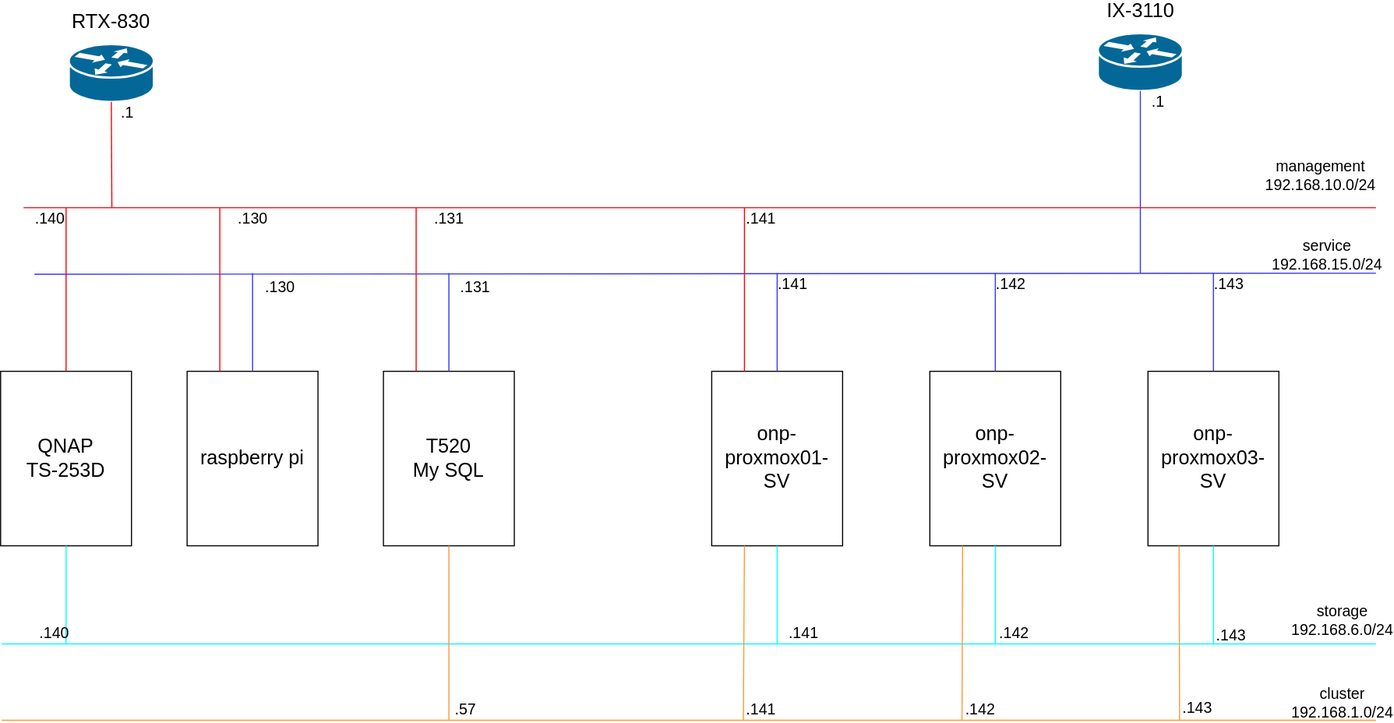
Earlier version of the draw.io export maronhome in kubernetes Cloud.svg (maron-gt123/k8s-setup-for-proxmox). Source tidied: cells renumbered, new cells last; positions are measured from the earlier drawing's top-left corner, leaving out a move shared by most shapes.
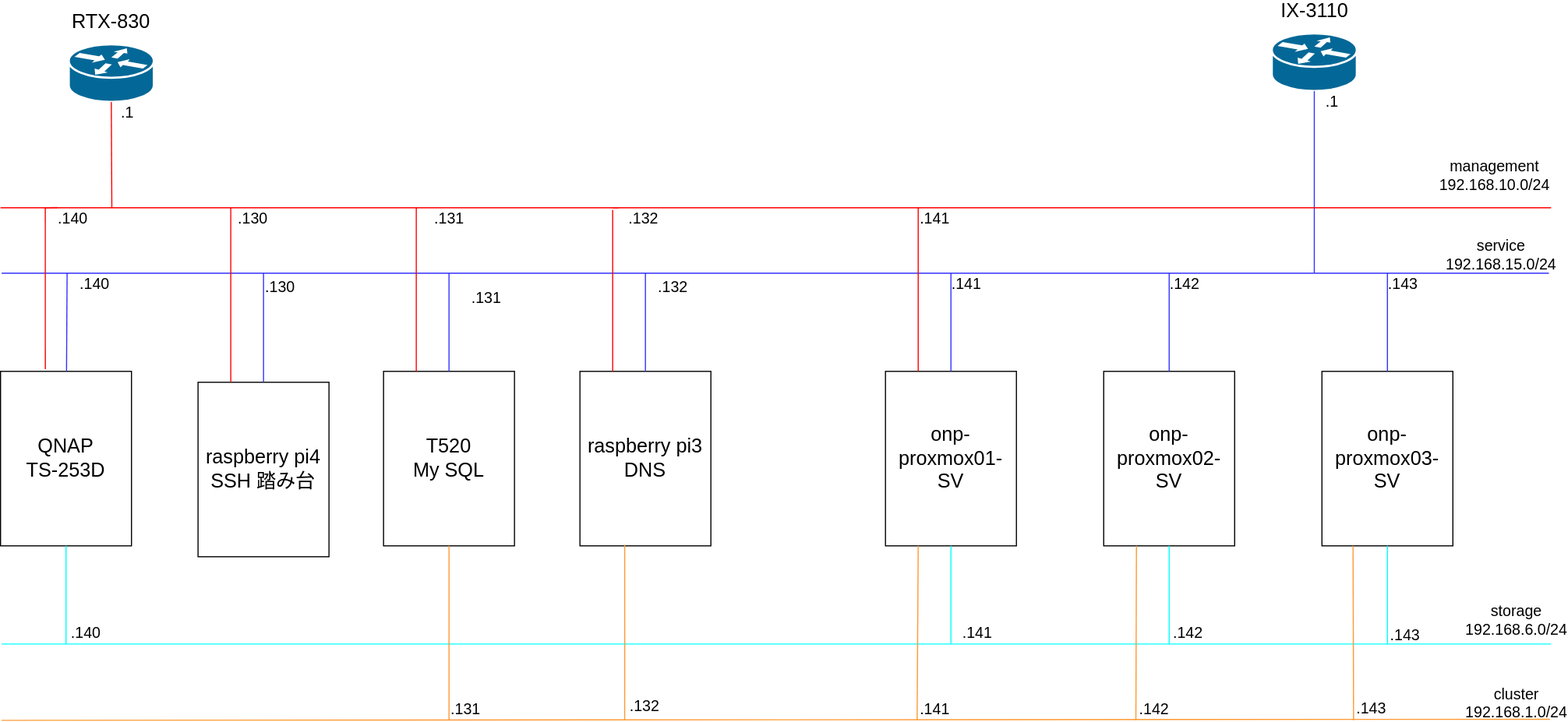
Above is the later version.

What changed in the source:
```diff
@@ -3,14 +3,14 @@
     <mxCell id="0" />
     <mxCell id="1" parent="0" />
     <mxCell id="2" style="shape=mxgraph.cisco.routers.router;html=1;dashed=0;fillColor=#036897;strokeColor=#ffffff;strokeWidth=2;verticalLabelPosition=bottom;verticalAlign=top;align=center;outlineConnect=0;" parent="1" vertex="1">
-      <mxGeometry x="62.5" y="40" width="78" height="53" as="geometry" />
+      <mxGeometry x="-96.5" y="40" width="78" height="53" as="geometry" />
     </mxCell>
     <mxCell id="3" style="shape=mxgraph.cisco.routers.router;html=1;dashed=0;fillColor=#036897;strokeColor=#ffffff;strokeWidth=2;verticalLabelPosition=bottom;verticalAlign=top;align=center;outlineConnect=0;" parent="1" vertex="1">
       <mxGeometry x="1006" y="30" width="78" height="53" as="geometry" />
     </mxCell>
     <mxCell id="4" style="endArrow=none;html=1;exitX=0.5;exitY=1;exitDx=0;exitDy=0;exitPerimeter=0;strokeColor=#FF0000;" parent="1" edge="1" source="2">
       <mxGeometry relative="1" as="geometry">
-        <mxPoint x="102" y="190" as="targetPoint" />
+        <mxPoint x="-57" y="190" as="targetPoint" />
       </mxGeometry>
     </mxCell>
     <mxCell id="5" style="endArrow=none;html=1;exitX=0.5;exitY=1;exitDx=0;exitDy=0;exitPerimeter=0;strokeColor=#3333FF;" parent="1" edge="1" source="3">
@@ -19,21 +19,20 @@
       </mxGeometry>
     </mxCell>
     <mxCell id="6" value="&lt;font style=&quot;font-size: 18px&quot;&gt;RTX-830&lt;/font&gt;" style="text;html=1;strokeColor=none;fillColor=none;align=center;verticalAlign=middle;whiteSpace=wrap;rounded=0;" parent="1" vertex="1">
-      <mxGeometry x="56" y="10" width="91" height="20" as="geometry" />
+      <mxGeometry x="-103" y="10" width="91" height="20" as="geometry" />
     </mxCell>
     <mxCell id="7" value="&lt;span style=&quot;font-size: 18px&quot;&gt;IX-3110&lt;/span&gt;" style="text;html=1;strokeColor=none;fillColor=none;align=center;verticalAlign=middle;whiteSpace=wrap;rounded=0;" parent="1" vertex="1">
       <mxGeometry x="999.5" width="91" height="20" as="geometry" />
     </mxCell>
-    <mxCell id="8" style="endArrow=none;html=1;strokeColor=#FF0000;" parent="1" edge="1">
+    <mxCell id="8" style="endArrow=none;html=1;strokeColor=#FF0000;exitX=0;exitY=0;exitDx=0;exitDy=0;" parent="1" edge="1">
       <mxGeometry relative="1" as="geometry">
-        <mxPoint x="21" y="190" as="sourcePoint" />
-        <mxPoint x="1261" y="190" as="targetPoint" />
+        <mxPoint x="-159" y="190" as="sourcePoint" />
+        <mxPoint x="1262" y="190" as="targetPoint" />
       </mxGeometry>
     </mxCell>
-    <mxCell id="9" style="endArrow=none;html=1;strokeColor=#3333FF;" parent="1" edge="1">
+    <mxCell id="9" style="endArrow=none;html=1;strokeColor=#3333FF;entryX=0.978;entryY=1.35;entryDx=0;entryDy=0;entryPerimeter=0;" parent="1" edge="1" target="14">
       <mxGeometry relative="1" as="geometry">
-        <mxPoint x="31" y="251" as="sourcePoint" />
-        <mxPoint x="1261" y="250" as="targetPoint" />
+        <mxPoint x="-158" y="250" as="sourcePoint" />
       </mxGeometry>
     </mxCell>
     <mxCell id="10" value="&lt;font style=&quot;font-size: 18px&quot;&gt;onp-proxmox01-SV&lt;/font&gt;" style="rounded=0;whiteSpace=wrap;html=1;" parent="1" vertex="1">
@@ -71,8 +70,8 @@
     </mxCell>
     <mxCell id="19" style="endArrow=none;html=1;strokeColor=#00FFFF;" parent="1" edge="1">
       <mxGeometry relative="1" as="geometry">
-        <mxPoint x="1" y="590" as="sourcePoint" />
-        <mxPoint x="1261" y="590" as="targetPoint" />
+        <mxPoint x="-158" y="590" as="sourcePoint" />
+        <mxPoint x="1262" y="590" as="targetPoint" />
       </mxGeometry>
     </mxCell>
     <mxCell id="20" style="endArrow=none;html=1;strokeColor=#00FFFF;exitX=0.5;exitY=1;exitDx=0;exitDy=0;" parent="1" edge="1" source="10">
@@ -95,34 +94,30 @@
       <mxGeometry x="1185" y="558" width="91" height="20" as="geometry" />
     </mxCell>
     <mxCell id="25" value="&lt;font style=&quot;font-size: 18px&quot;&gt;QNAP&lt;br&gt;TS-253D&lt;/font&gt;" style="rounded=0;whiteSpace=wrap;html=1;" parent="1" vertex="1">
-      <mxGeometry y="340" width="120" height="160" as="geometry" />
+      <mxGeometry x="-159" y="340" width="120" height="160" as="geometry" />
     </mxCell>
     <mxCell id="26" style="endArrow=none;html=1;strokeColor=#00FFFF;exitX=0.5;exitY=1;exitDx=0;exitDy=0;" parent="1" edge="1" source="25">
       <mxGeometry relative="1" as="geometry">
-        <mxPoint x="60" y="590" as="targetPoint" />
+        <mxPoint x="-99" y="590" as="targetPoint" />
       </mxGeometry>
     </mxCell>
-    <mxCell id="27" value="&lt;span style=&quot;font-size: 14px&quot;&gt;.140&lt;/span&gt;" style="text;html=1;strokeColor=none;fillColor=none;align=center;verticalAlign=middle;whiteSpace=wrap;rounded=0;" parent="1" vertex="1">
-      <mxGeometry y="190" width="91" height="20" as="geometry" />
-    </mxCell>
-    <mxCell id="28" style="endArrow=none;html=1;strokeColor=#FF0000;entryX=0.5;entryY=0;entryDx=0;entryDy=0;" parent="1" edge="1" target="25">
+    <mxCell id="28" style="endArrow=none;html=1;strokeColor=#FF0000;entryX=0.342;entryY=-0.012;entryDx=0;entryDy=0;entryPerimeter=0;" parent="1" edge="1" target="25">
       <mxGeometry relative="1" as="geometry">
-        <mxPoint x="60" y="190" as="sourcePoint" />
+        <mxPoint x="-118" y="190" as="sourcePoint" />
       </mxGeometry>
     </mxCell>
     <mxCell id="29" value="&lt;span style=&quot;font-size: 14px&quot;&gt;.140&lt;/span&gt;" style="text;html=1;strokeColor=none;fillColor=none;align=center;verticalAlign=middle;whiteSpace=wrap;rounded=0;" parent="1" vertex="1">
-      <mxGeometry x="4" y="570" width="91" height="20" as="geometry" />
+      <mxGeometry x="-126" y="570" width="91" height="20" as="geometry" />
     </mxCell>
     <mxCell id="30" value="&lt;span style=&quot;font-size: 14px&quot;&gt;.1&lt;/span&gt;" style="text;html=1;strokeColor=none;fillColor=none;align=center;verticalAlign=middle;whiteSpace=wrap;rounded=0;" parent="1" vertex="1">
-      <mxGeometry x="71" y="93" width="91" height="20" as="geometry" />
+      <mxGeometry x="-88" y="93" width="91" height="20" as="geometry" />
     </mxCell>
     <mxCell id="31" value="&lt;span style=&quot;font-size: 14px&quot;&gt;.1&lt;/span&gt;" style="text;html=1;strokeColor=none;fillColor=none;align=center;verticalAlign=middle;whiteSpace=wrap;rounded=0;" parent="1" vertex="1">
       <mxGeometry x="1016" y="83" width="91" height="20" as="geometry" />
     </mxCell>
-    <mxCell id="32" style="endArrow=none;html=1;strokeColor=#FF9933;" parent="1" edge="1">
+    <mxCell id="32" style="endArrow=none;html=1;strokeColor=#FF9933;entryX=0.835;entryY=1.25;entryDx=0;entryDy=0;entryPerimeter=0;" parent="1" edge="1" target="35">
       <mxGeometry relative="1" as="geometry">
-        <mxPoint x="1" y="660" as="sourcePoint" />
-        <mxPoint x="1261" y="660" as="targetPoint" />
+        <mxPoint x="-158" y="660" as="sourcePoint" />
       </mxGeometry>
     </mxCell>
     <mxCell id="33" style="endArrow=none;html=1;strokeColor=#FF9933;exitX=0.25;exitY=1;exitDx=0;exitDy=0;" parent="1" edge="1" source="10">
@@ -159,31 +154,31 @@
       <mxGeometry x="652" y="190" width="91" height="20" as="geometry" />
     </mxCell>
     <mxCell id="42" value="&lt;span style=&quot;font-size: 18px&quot;&gt;T520&lt;br&gt;My SQL&lt;br&gt;&lt;/span&gt;" style="rounded=0;whiteSpace=wrap;html=1;" parent="1" vertex="1">
-      <mxGeometry x="351" y="340" width="120" height="160" as="geometry" />
+      <mxGeometry x="192" y="340" width="120" height="160" as="geometry" />
     </mxCell>
     <mxCell id="43" style="endArrow=none;html=1;strokeColor=#FF0000;entryX=0.25;entryY=0;entryDx=0;entryDy=0;" parent="1" edge="1" target="42">
       <mxGeometry relative="1" as="geometry">
-        <mxPoint x="381" y="190" as="sourcePoint" />
+        <mxPoint x="222" y="190" as="sourcePoint" />
       </mxGeometry>
     </mxCell>
     <mxCell id="44" style="endArrow=none;html=1;strokeColor=#3333FF;exitX=0.5;exitY=0;exitDx=0;exitDy=0;" parent="1" edge="1" source="42">
       <mxGeometry relative="1" as="geometry">
-        <mxPoint x="411" y="250" as="targetPoint" />
+        <mxPoint x="252" y="250" as="targetPoint" />
       </mxGeometry>
     </mxCell>
-    <mxCell id="45" value="&lt;span style=&quot;font-size: 14px&quot;&gt;.131&lt;/span&gt;" style="text;html=1;strokeColor=none;fillColor=none;align=center;verticalAlign=middle;whiteSpace=wrap;rounded=0;" parent="1" vertex="1">
-      <mxGeometry x="390" y="253" width="91" height="20" as="geometry" />
+    <mxCell id="45" value="&lt;span style=&quot;font-size: 14px&quot;&gt;.132&lt;/span&gt;" style="text;html=1;strokeColor=none;fillColor=none;align=center;verticalAlign=middle;whiteSpace=wrap;rounded=0;" parent="1" vertex="1">
+      <mxGeometry x="412" y="253" width="91" height="20" as="geometry" />
     </mxCell>
     <mxCell id="46" value="&lt;span style=&quot;font-size: 14px&quot;&gt;.130&lt;/span&gt;" style="text;html=1;strokeColor=none;fillColor=none;align=center;verticalAlign=middle;whiteSpace=wrap;rounded=0;" parent="1" vertex="1">
-      <mxGeometry x="185.5" y="190" width="91" height="20" as="geometry" />
+      <mxGeometry x="26.5" y="190" width="91" height="20" as="geometry" />
     </mxCell>
     <mxCell id="47" style="endArrow=none;html=1;strokeColor=#FF9933;exitX=0.5;exitY=1;exitDx=0;exitDy=0;" parent="1" edge="1" source="42">
       <mxGeometry relative="1" as="geometry">
-        <mxPoint x="411" y="660" as="targetPoint" />
+        <mxPoint x="252" y="660" as="targetPoint" />
       </mxGeometry>
     </mxCell>
-    <mxCell id="48" value="&lt;span style=&quot;font-size: 14px&quot;&gt;.57&lt;/span&gt;" style="text;html=1;strokeColor=none;fillColor=none;align=center;verticalAlign=middle;whiteSpace=wrap;rounded=0;" parent="1" vertex="1">
-      <mxGeometry x="381" y="640" width="91" height="20" as="geometry" />
+    <mxCell id="48" value="&lt;span style=&quot;font-size: 14px&quot;&gt;.131&lt;/span&gt;" style="text;html=1;strokeColor=none;fillColor=none;align=center;verticalAlign=middle;whiteSpace=wrap;rounded=0;" parent="1" vertex="1">
+      <mxGeometry x="222" y="640" width="91" height="20" as="geometry" />
     </mxCell>
     <mxCell id="49" value="&lt;span style=&quot;font-size: 14px&quot;&gt;.143&lt;/span&gt;" style="text;html=1;strokeColor=none;fillColor=none;align=center;verticalAlign=middle;whiteSpace=wrap;rounded=0;" parent="1" vertex="1">
       <mxGeometry x="1083" y="572" width="91" height="20" as="geometry" />
@@ -202,24 +197,72 @@
         <mxPoint x="1081" y="660" as="targetPoint" />
       </mxGeometry>
     </mxCell>
-    <mxCell id="53" value="&lt;font style=&quot;font-size: 18px&quot;&gt;raspberry pi&lt;/font&gt;" style="rounded=0;whiteSpace=wrap;html=1;" parent="1" vertex="1">
-      <mxGeometry x="171" y="340" width="120" height="160" as="geometry" />
+    <mxCell id="53" value="&lt;font style=&quot;font-size: 18px&quot;&gt;raspberry pi3&lt;br&gt;DNS&lt;br&gt;&lt;/font&gt;" style="rounded=0;whiteSpace=wrap;html=1;" parent="1" vertex="1">
+      <mxGeometry x="372" y="340" width="120" height="160" as="geometry" />
     </mxCell>
     <mxCell id="54" style="endArrow=none;html=1;strokeColor=#FF0000;entryX=0.25;entryY=0;entryDx=0;entryDy=0;" parent="1" edge="1" target="53">
       <mxGeometry relative="1" as="geometry">
-        <mxPoint x="201" y="190" as="sourcePoint" />
+        <mxPoint x="402" y="192" as="sourcePoint" />
       </mxGeometry>
     </mxCell>
     <mxCell id="55" style="endArrow=none;html=1;strokeColor=#3333FF;entryX=0.5;entryY=0;entryDx=0;entryDy=0;" parent="1" edge="1" target="53">
       <mxGeometry relative="1" as="geometry">
-        <mxPoint x="231" y="250" as="sourcePoint" />
+        <mxPoint x="432" y="250" as="sourcePoint" />
       </mxGeometry>
     </mxCell>
     <mxCell id="56" value="&lt;span style=&quot;font-size: 14px&quot;&gt;.131&lt;/span&gt;" style="text;html=1;strokeColor=none;fillColor=none;align=center;verticalAlign=middle;whiteSpace=wrap;rounded=0;" parent="1" vertex="1">
-      <mxGeometry x="365.5" y="190" width="91" height="20" as="geometry" />
+      <mxGeometry x="206.5" y="190" width="91" height="20" as="geometry" />
     </mxCell>
     <mxCell id="57" value="&lt;span style=&quot;font-size: 14px&quot;&gt;.130&lt;/span&gt;" style="text;html=1;strokeColor=none;fillColor=none;align=center;verticalAlign=middle;whiteSpace=wrap;rounded=0;" parent="1" vertex="1">
-      <mxGeometry x="211" y="253" width="91" height="20" as="geometry" />
+      <mxGeometry x="52" y="253" width="91" height="20" as="geometry" />
     </mxCell>
+    <mxCell id="58" value="&lt;span style=&quot;font-size: 14px&quot;&gt;.140&lt;/span&gt;" style="text;html=1;strokeColor=none;fillColor=none;align=center;verticalAlign=middle;whiteSpace=wrap;rounded=0;" parent="1" vertex="1">
+      <mxGeometry x="-138" y="190" width="91" height="20" as="geometry" />
+    </mxCell>
+    <mxCell id="59" style="endArrow=none;html=1;strokeColor=#FF0000;entryX=0.342;entryY=-0.012;entryDx=0;entryDy=0;entryPerimeter=0;" parent="1" edge="1" target="58">
+      <mxGeometry relative="1" as="geometry">
+        <mxPoint x="-118" y="190" as="sourcePoint" />
+      </mxGeometry>
+    </mxCell>
+    <mxCell id="60" style="endArrow=none;html=1;strokeColor=#3333FF;" parent="1" edge="1" target="25">
+      <mxGeometry relative="1" as="geometry">
+        <mxPoint x="-98" y="250" as="sourcePoint" />
+      </mxGeometry>
+    </mxCell>
+    <mxCell id="61" value="&lt;span style=&quot;font-size: 14px&quot;&gt;.140&lt;/span&gt;" style="text;html=1;strokeColor=none;fillColor=none;align=center;verticalAlign=middle;whiteSpace=wrap;rounded=0;" parent="1" vertex="1">
+      <mxGeometry x="-118" y="250" width="91" height="20" as="geometry" />
+    </mxCell>
+    <mxCell id="62" value="&lt;font style=&quot;font-size: 18px&quot;&gt;raspberry pi4&lt;br&gt;SSH 踏み台&lt;br&gt;&lt;/font&gt;" style="rounded=0;whiteSpace=wrap;html=1;" parent="1" vertex="1">
+      <mxGeometry x="22" y="350" width="120" height="160" as="geometry" />
+    </mxCell>
+    <mxCell id="63" style="endArrow=none;html=1;strokeColor=#FF0000;entryX=0.25;entryY=0;entryDx=0;entryDy=0;" parent="1" edge="1" target="62">
+      <mxGeometry relative="1" as="geometry">
+        <mxPoint x="52" y="190" as="sourcePoint" />
+      </mxGeometry>
+    </mxCell>
+    <mxCell id="64" style="endArrow=none;html=1;strokeColor=#3333FF;entryX=0.5;entryY=0;entryDx=0;entryDy=0;" parent="1" edge="1" target="62">
+      <mxGeometry relative="1" as="geometry">
+        <mxPoint x="82" y="250" as="sourcePoint" />
+      </mxGeometry>
+    </mxCell>
+    <mxCell id="65" value="&lt;span style=&quot;font-size: 14px&quot;&gt;.131&lt;/span&gt;" style="text;html=1;strokeColor=none;fillColor=none;align=center;verticalAlign=middle;whiteSpace=wrap;rounded=0;" parent="1" vertex="1">
+      <mxGeometry x="241" y="263" width="91" height="20" as="geometry" />
+    </mxCell>
+    <mxCell id="66" value="&lt;span style=&quot;font-size: 14px&quot;&gt;.132&lt;/span&gt;" style="text;html=1;strokeColor=none;fillColor=none;align=center;verticalAlign=middle;whiteSpace=wrap;rounded=0;" parent="1" vertex="1">
+      <mxGeometry x="384.5" y="190" width="91" height="20" as="geometry" />
+    </mxCell>
+    <mxCell id="67" style="endArrow=none;html=1;strokeColor=#FF0000;entryX=0.25;entryY=0;entryDx=0;entryDy=0;" parent="1" edge="1" target="66">
+      <mxGeometry relative="1" as="geometry">
+        <mxPoint x="402" y="190" as="sourcePoint" />
+      </mxGeometry>
+    </mxCell>
+    <mxCell id="68" style="endArrow=none;html=1;strokeColor=#FF9933;exitX=0.342;exitY=0.994;exitDx=0;exitDy=0;exitPerimeter=0;" parent="1" edge="1" source="53">
+      <mxGeometry relative="1" as="geometry">
+        <mxPoint x="413" y="660" as="targetPoint" />
+      </mxGeometry>
+    </mxCell>
+    <mxCell id="69" value="&lt;span style=&quot;font-size: 14px&quot;&gt;.132&lt;/span&gt;" style="text;html=1;strokeColor=none;fillColor=none;align=center;verticalAlign=middle;whiteSpace=wrap;rounded=0;" parent="1" vertex="1">
+      <mxGeometry x="386" y="637" width="91" height="20" as="geometry" />
+    </mxCell>
   </root>
 </mxGraphModel>
```
